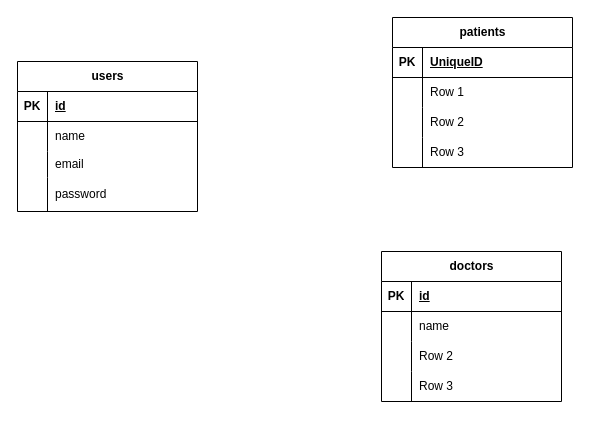
This is ER-CLINIC.drawio from josejubm/FILES-DIAGRAMS.NET, a draw.io file, before an edit. Source tidied: cells renumbered, new cells numbered last; positions are measured from the earlier drawing's top-left corner, leaving out a move shared by most shapes. Both pictures are drawn from the tidied source at 100%, with x=0, y=0 at pixel (17, 17).
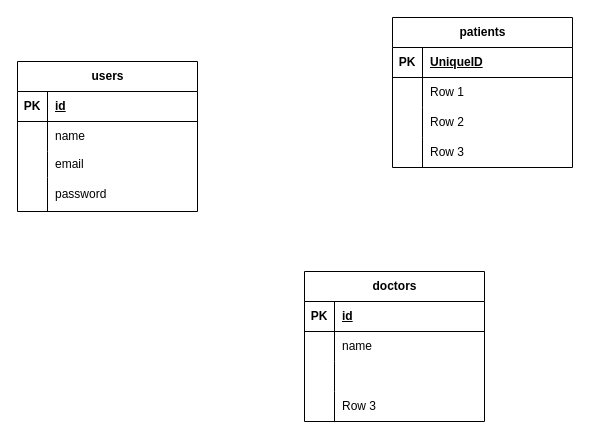
Above is the later version.

The change refers to these unchanged cells:
```xml
<mxCell id="36" style="shape=tableRow;horizontal=0;startSize=0;swimlaneHead=0;swimlaneBody=0;fillColor=none;top=0;left=0;right=0;bottom=0;" parent="29" vertex="1">
  <mxGeometry y="90" width="180" height="30" as="geometry" />
</mxCell>
```

Diff of the diagram source:
```diff
@@
     <mxCell id="29" value="&lt;div&gt;doctors&lt;/div&gt;" style="shape=table;startSize=30;childLayout=tableLayout;rowLines=0;fontStyle=1;align=center;html=1;" parent="1" vertex="1">
-      <mxGeometry x="364" y="234" width="180" height="150" as="geometry" />
+      <mxGeometry x="287" y="254" width="180" height="150" as="geometry" />
     </mxCell>
@@
-    <mxCell id="38" value="Row 2" style="shape=partialRectangle;fillColor=none;top=0;left=0;bottom=0;right=0;align=left;spacingLeft=6;overflow=hidden;whiteSpace=wrap;html=1;" parent="36" vertex="1">
+    <mxCell id="38" style="shape=partialRectangle;fillColor=none;top=0;left=0;bottom=0;right=0;align=left;spacingLeft=6;overflow=hidden;whiteSpace=wrap;html=1;" parent="36" vertex="1">
       <mxGeometry x="30" width="150" height="30" as="geometry" />
     </mxCell>
```
